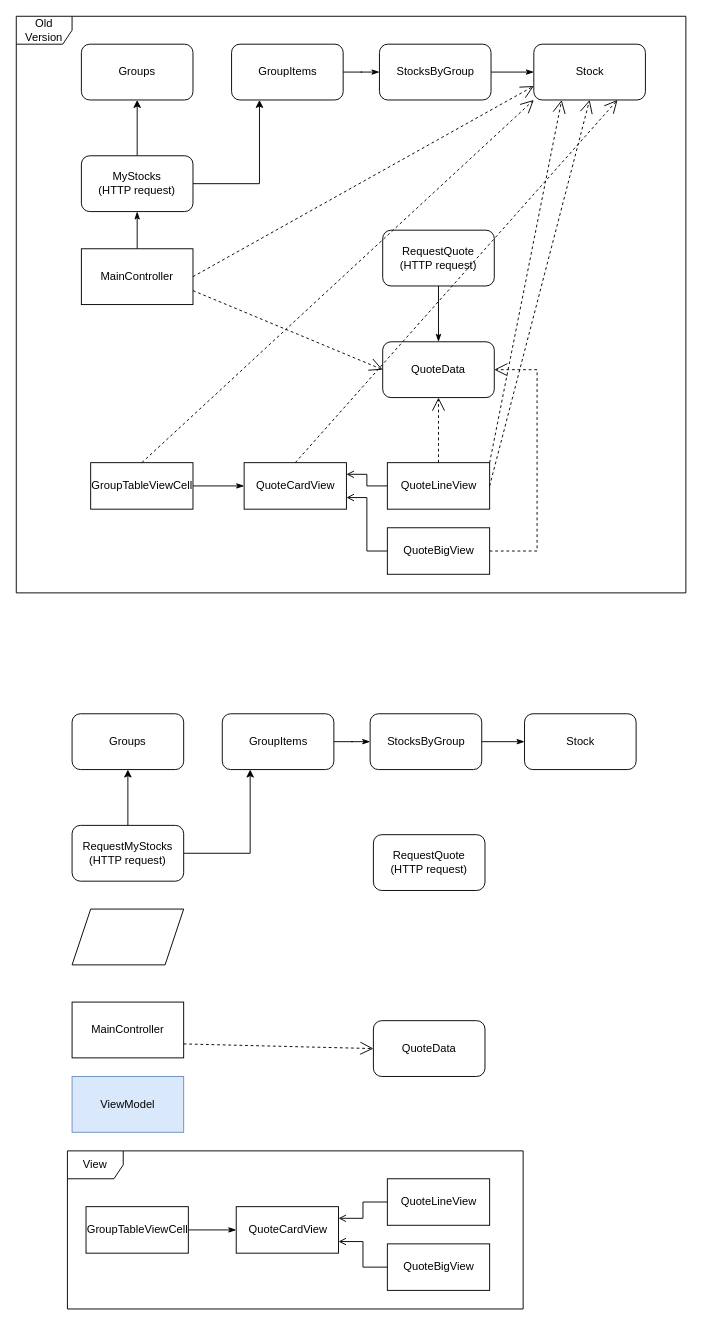
Before: ExampleArchitecture.drawio in CapitalMobile/swift_giselle_practice, a draw.io diagram. Source tidied: cells renumbered, new cells numbered last; positions are measured from the earlier drawing's top-left corner, leaving out a move shared by most shapes. Both pictures are drawn from the tidied source at 93%, with x=0, y=0 at pixel (16, 16).
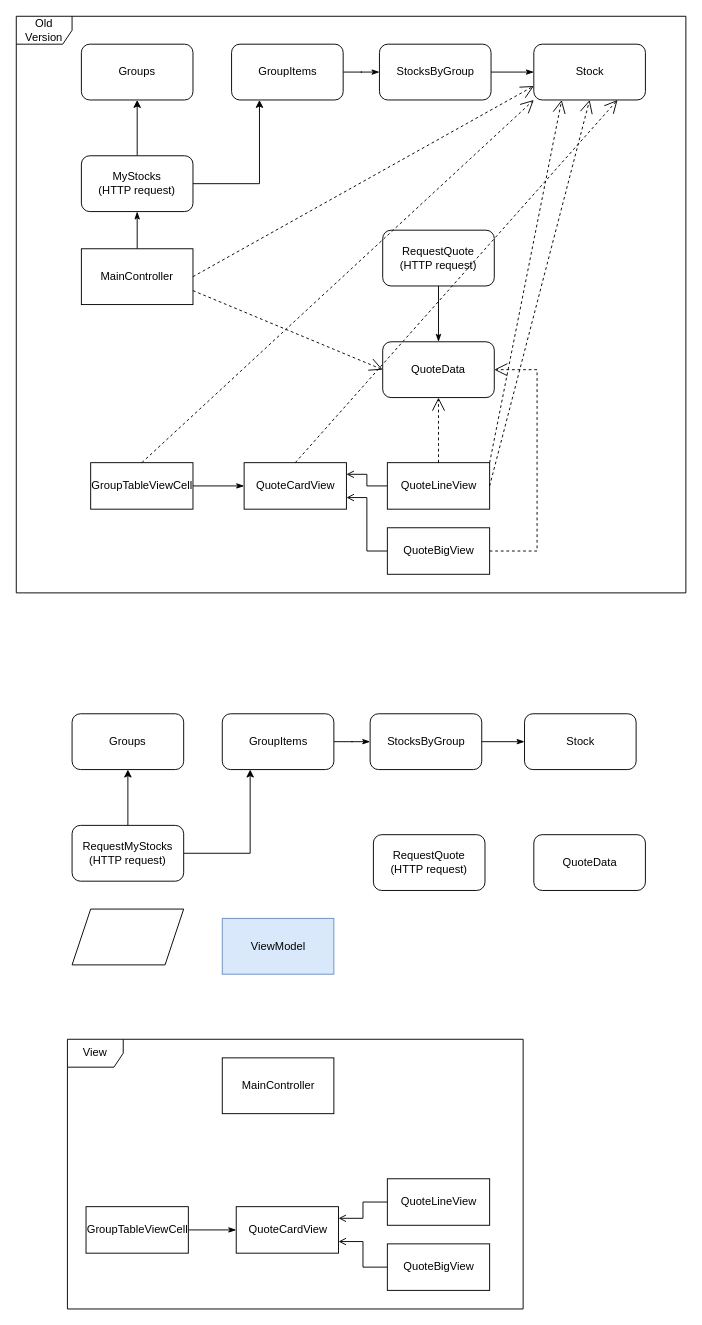
The same diagram, later.

Change to the diagram source:
```diff
@@
     <mxCell id="2" value="View" style="shape=umlFrame;whiteSpace=wrap;html=1;" parent="1" vertex="1">
-      <mxGeometry x="55" y="1220" width="490" height="170" as="geometry" />
+      <mxGeometry x="55" y="1100" width="490" height="290" as="geometry" />
     </mxCell>
@@
     <mxCell id="32" value="MainController" style="rounded=0;whiteSpace=wrap;html=1;" parent="1" vertex="1">
-      <mxGeometry x="60" y="1060" width="120" height="60" as="geometry" />
+      <mxGeometry x="221.5" y="1120" width="120" height="60" as="geometry" />
     </mxCell>
@@
     <mxCell id="37" value="QuoteData" style="rounded=1;whiteSpace=wrap;html=1;" parent="1" vertex="1">
-      <mxGeometry x="384" y="1080" width="120" height="60" as="geometry" />
+      <mxGeometry x="556.5" y="880" width="120" height="60" as="geometry" />
     </mxCell>
@@
-    <mxCell id="51" style="endArrow=open;endFill=1;endSize=12;html=1;rounded=0;entryX=0;entryY=0.5;entryDx=0;entryDy=0;exitX=1;exitY=0.75;exitDx=0;exitDy=0;dashed=1;" parent="1" edge="1" source="32" target="37">
-      <mxGeometry relative="1" as="geometry" />
-    </mxCell>
@@
     <mxCell id="54" value="ViewModel" style="rounded=0;whiteSpace=wrap;html=1;fillColor=#dae8fc;strokeColor=#6c8ebf;" parent="1" vertex="1">
-      <mxGeometry x="60" y="1140" width="120" height="60" as="geometry" />
+      <mxGeometry x="221.5" y="970" width="120" height="60" as="geometry" />
     </mxCell>
```
